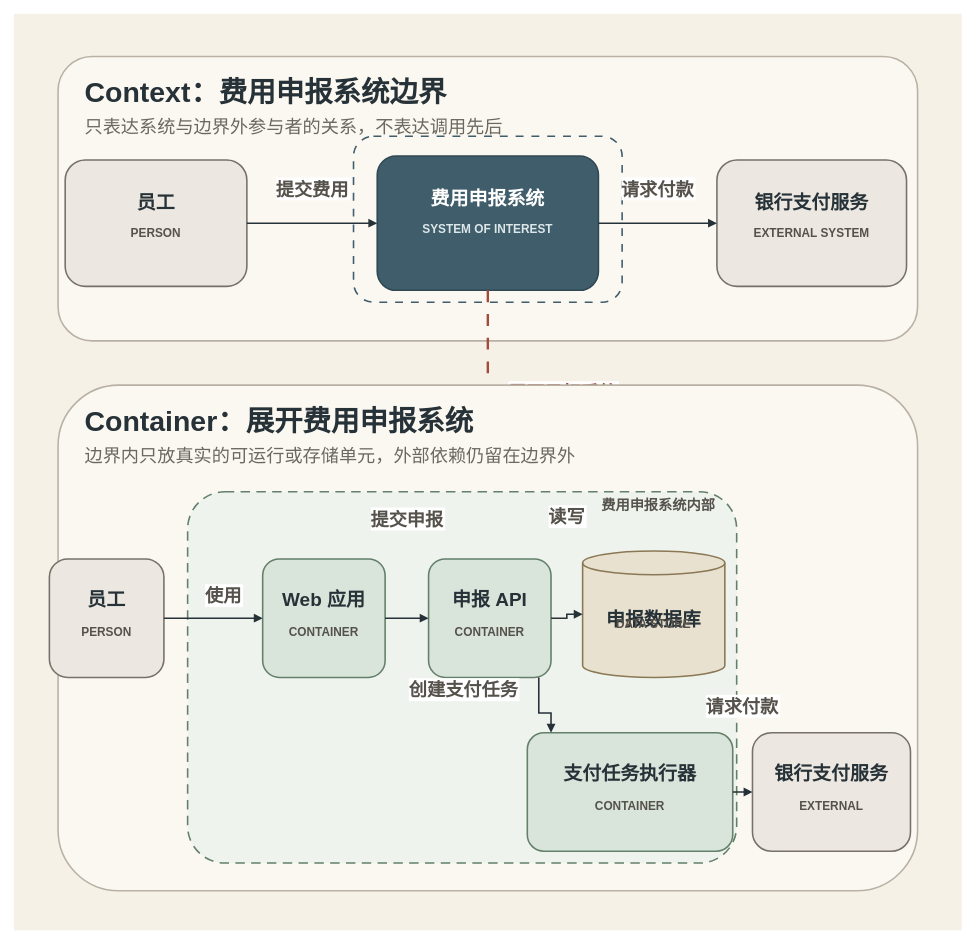
The draw.io diagram diagrams/mod-02-c4-context-container.drawio in sealday/tego-arch, before the edit. Source tidied: cells renumbered, new cells numbered last; positions are measured from the earlier drawing's top-left corner, leaving out a move shared by most shapes. Both pictures are drawn from the tidied source at 79%, with x=0, y=0 at pixel (13, 13).
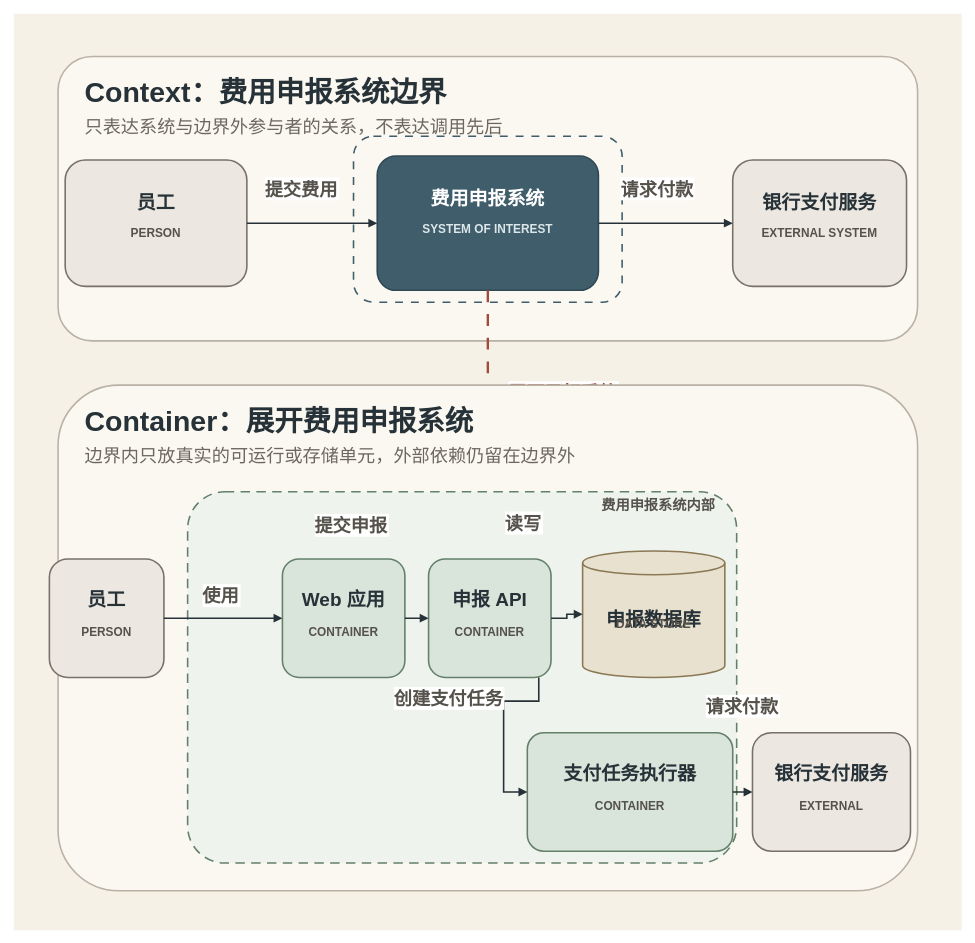
After the change.

The change refers to these unchanged cells:
```xml
<mxCell id="6" value="员工" style="rounded=1;arcSize=16;whiteSpace=wrap;html=0;fillColor=#ECE8E1;strokeColor=#77716A;strokeWidth=2;fontColor=#263238;fontSize=24;fontStyle=1;verticalAlign=top;spacingTop=34;" parent="1" vertex="1">
  <mxGeometry x="65" y="185" width="230" height="160" as="geometry" />
</mxCell>
<mxCell id="9" value="费用申报系统" style="rounded=1;arcSize=14;whiteSpace=wrap;html=0;fillColor=#405D6B;strokeColor=#304854;strokeWidth=2;fontColor=#FFFFFF;fontSize=24;fontStyle=1;verticalAlign=top;spacingTop=34;" parent="1" vertex="1">
  <mxGeometry x="460" y="180" width="280" height="170" as="geometry" />
</mxCell>
<mxCell id="21" value="员工" style="rounded=1;arcSize=16;whiteSpace=wrap;html=0;fillColor=#ECE8E1;strokeColor=#77716A;strokeWidth=2;fontColor=#263238;fontSize=24;fontStyle=1;verticalAlign=top;spacingTop=31;" parent="1" vertex="1">
  <mxGeometry x="45" y="690" width="145" height="150" as="geometry" />
</mxCell>
<mxCell id="25" value="申报 API" style="rounded=1;arcSize=14;whiteSpace=wrap;html=0;fillColor=#D9E5DA;strokeColor=#64806B;strokeWidth=2;fontColor=#263238;fontSize=24;fontStyle=1;verticalAlign=top;spacingTop=31;" parent="1" vertex="1">
  <mxGeometry x="525" y="690" width="155" height="150" as="geometry" />
</mxCell>
<mxCell id="27" value="申报数据库" style="shape=cylinder3;whiteSpace=wrap;html=0;boundedLbl=1;backgroundOutline=1;size=15;fillColor=#E8E1CF;strokeColor=#8B7855;strokeWidth=2;fontColor=#263238;fontSize=24;fontStyle=1;verticalAlign=top;spacingTop=37;" parent="1" vertex="1">
  <mxGeometry x="720" y="680" width="180" height="160" as="geometry" />
</mxCell>
<mxCell id="29" value="支付任务执行器" style="rounded=1;arcSize=14;whiteSpace=wrap;html=0;fillColor=#D9E5DA;strokeColor=#64806B;strokeWidth=2;fontColor=#263238;fontSize=24;fontStyle=1;verticalAlign=top;spacingTop=31;" parent="1" vertex="1">
  <mxGeometry x="650" y="910" width="260" height="150" as="geometry" />
</mxCell>
```

Diff of the diagram source:
```diff
@@
     <mxCell id="11" value="银行支付服务" style="rounded=1;arcSize=16;whiteSpace=wrap;html=0;fillColor=#ECE8E1;strokeColor=#77716A;strokeWidth=2;fontColor=#263238;fontSize=24;fontStyle=1;verticalAlign=top;spacingTop=34;" parent="1" vertex="1">
-      <mxGeometry x="890" y="185" width="240" height="160" as="geometry" />
+      <mxGeometry x="910" y="185" width="220" height="160" as="geometry" />
     </mxCell>
     <mxCell id="12" value="EXTERNAL SYSTEM" style="text;html=0;strokeColor=none;fillColor=none;align=center;verticalAlign=middle;fontFamily=Helvetica;fontSize=15;fontStyle=1;fontColor=#55514B;" parent="1" vertex="1">
-      <mxGeometry x="917" y="258" width="186" height="36" as="geometry" />
+      <mxGeometry x="927" y="258" width="186" height="36" as="geometry" />
     </mxCell>
     <mxCell id="13" value="提交费用" style="edgeStyle=orthogonalEdgeStyle;rounded=0;jettySize=auto;html=0;strokeColor=#263238;strokeWidth=2;endArrow=block;endFill=1;fontSize=23;fontStyle=1;fontColor=#55514B;" parent="1" edge="1" source="6" target="9">
       <mxGeometry relative="1" as="geometry">
-        <mxPoint y="-45" as="offset" />
+        <mxPoint x="-14" y="-45" as="offset" />
       </mxGeometry>
     </mxCell>
     <mxCell id="14" value="请求付款" style="edgeStyle=orthogonalEdgeStyle;rounded=0;jettySize=auto;html=0;strokeColor=#263238;strokeWidth=2;endArrow=block;endFill=1;fontSize=23;fontStyle=1;fontColor=#55514B;" parent="1" edge="1" source="9" target="11">
       <mxGeometry relative="1" as="geometry">
-        <mxPoint y="-45" as="offset" />
+        <mxPoint x="-10.5" y="-45" as="offset" />
       </mxGeometry>
     </mxCell>
@@
     <mxCell id="23" value="Web 应用" style="rounded=1;arcSize=14;whiteSpace=wrap;html=0;fillColor=#D9E5DA;strokeColor=#64806B;strokeWidth=2;fontColor=#263238;fontSize=24;fontStyle=1;verticalAlign=top;spacingTop=31;" parent="1" vertex="1">
-      <mxGeometry x="315" y="690" width="155" height="150" as="geometry" />
+      <mxGeometry x="340" y="690" width="155" height="150" as="geometry" />
     </mxCell>
     <mxCell id="24" value="CONTAINER" style="text;html=0;strokeColor=none;fillColor=none;align=center;verticalAlign=middle;fontFamily=Helvetica;fontSize=15;fontStyle=1;fontColor=#55514B;" parent="1" vertex="1">
-      <mxGeometry x="335" y="764" width="115" height="36" as="geometry" />
+      <mxGeometry x="360" y="764" width="115" height="36" as="geometry" />
     </mxCell>
@@
     <mxCell id="33" value="使用" style="edgeStyle=orthogonalEdgeStyle;rounded=0;jettySize=auto;html=0;strokeColor=#263238;strokeWidth=2;endArrow=block;endFill=1;fontSize=23;fontStyle=1;fontColor=#55514B;" parent="1" edge="1" source="21" target="23">
       <mxGeometry relative="1" as="geometry">
-        <mxPoint x="12.5" y="-30" as="offset" />
+        <mxPoint x="-3" y="-30" as="offset" />
       </mxGeometry>
     </mxCell>
     <mxCell id="34" value="提交申报" style="edgeStyle=orthogonalEdgeStyle;rounded=0;jettySize=auto;html=0;strokeColor=#263238;strokeWidth=2;endArrow=block;endFill=1;fontSize=23;fontStyle=1;fontColor=#55514B;" parent="1" edge="1" source="23" target="25">
       <mxGeometry relative="1" as="geometry">
-        <mxPoint y="-127" as="offset" />
+        <mxPoint x="-83" y="-119" as="offset" />
       </mxGeometry>
     </mxCell>
     <mxCell id="35" value="读写" style="edgeStyle=orthogonalEdgeStyle;rounded=0;jettySize=auto;html=0;strokeColor=#263238;strokeWidth=2;endArrow=block;endFill=1;fontSize=23;fontStyle=1;fontColor=#55514B;" parent="1" edge="1" source="25" target="27">
       <mxGeometry relative="1" as="geometry">
-        <mxPoint y="-127" as="offset" />
+        <mxPoint x="-55" y="-119" as="offset" />
       </mxGeometry>
     </mxCell>
-    <mxCell id="36" value="创建支付任务" style="edgeStyle=orthogonalEdgeStyle;rounded=0;jettySize=auto;html=0;strokeColor=#263238;strokeWidth=2;endArrow=block;endFill=1;fontSize=23;fontStyle=1;fontColor=#55514B;exitX=0.9;exitY=1;entryX=0.11538461538461539;entryY=0;" parent="1" edge="1" source="25" target="29">
+    <mxCell id="36" value="创建支付任务" style="edgeStyle=orthogonalEdgeStyle;rounded=0;jettySize=auto;html=0;strokeColor=#263238;strokeWidth=2;endArrow=block;endFill=1;fontSize=23;fontStyle=1;fontColor=#55514B;exitX=0.9;exitY=1;entryX=0;entryY=0.5;" parent="1" edge="1" source="25" target="29">
       <mxGeometry x="-0.55" relative="1" as="geometry">
         <Array as="points">
-          <mxPoint x="665" y="885" />
-          <mxPoint x="680" y="885" />
+          <mxPoint x="620" y="870" />
+          <mxPoint x="620" y="985" />
         </Array>
         <mxPoint x="-95" y="-5" as="offset" />
       </mxGeometry>
     </mxCell>
```
